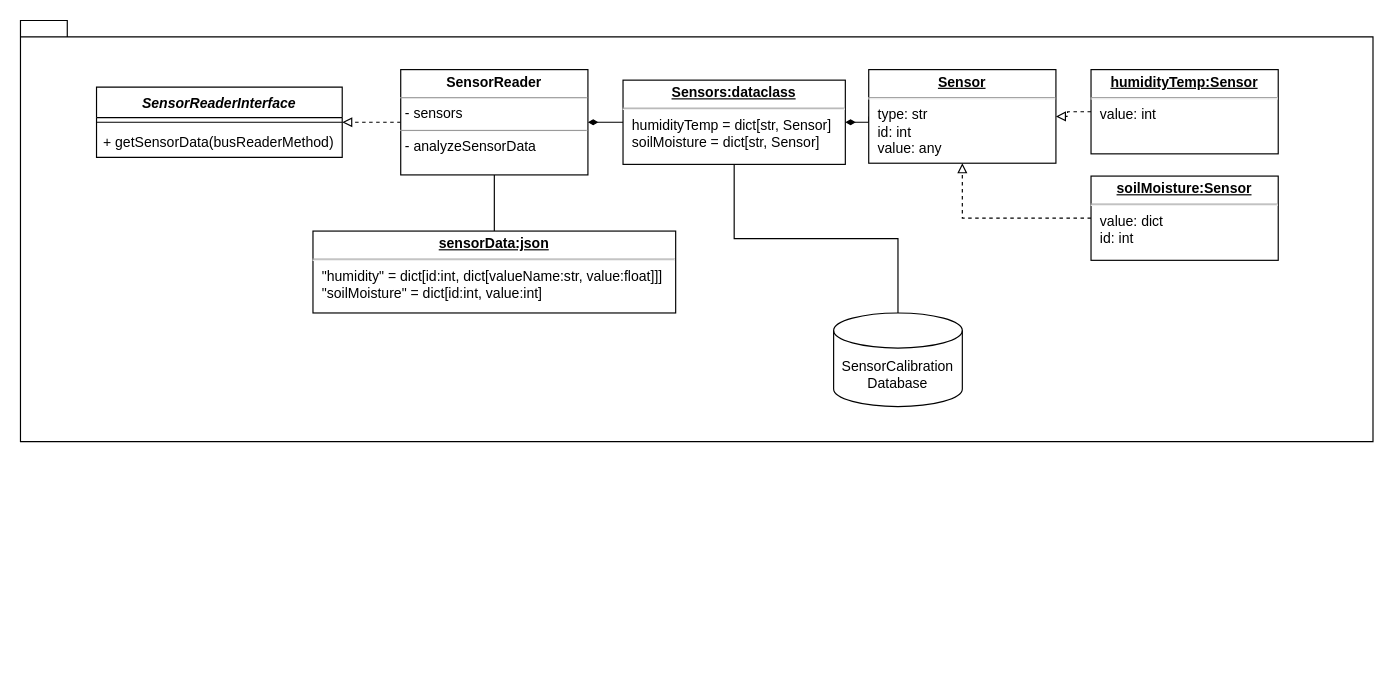
This is SensorReader/Architecture/Architecture.drawio from Uhgtred/OpenGreenHouse, a draw.io file, before an edit. Source tidied: cells renumbered, new cells numbered last; positions are measured from the earlier drawing's top-left corner, leaving out a move shared by most shapes. Both pictures are drawn from the tidied source at 117%, with x=0, y=0 at pixel (20, 20).
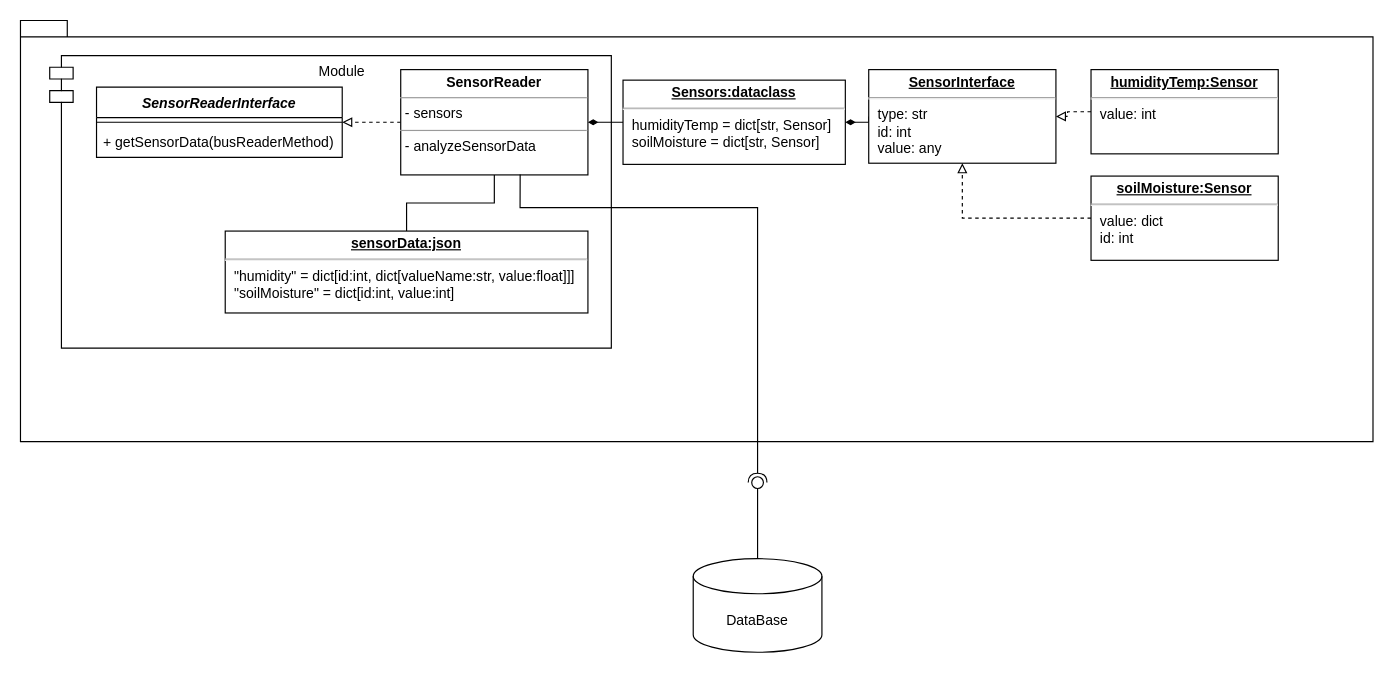
After the change.

Commit message (it also covers changes not shown here):
adapted architecture slightly

The change refers to these unchanged cells:
```xml
<mxCell id="9" value="&lt;p style=&quot;margin:0px;margin-top:4px;text-align:center;&quot;&gt;&lt;b&gt;SensorReader&lt;/b&gt;&lt;/p&gt;&lt;hr size=&quot;1&quot;&gt;&lt;p style=&quot;margin:0px;margin-left:4px;&quot;&gt;- sensors&lt;/p&gt;&lt;hr size=&quot;1&quot;&gt;&lt;p style=&quot;margin:0px;margin-left:4px;&quot;&gt;- analyzeSensorData&lt;/p&gt;" style="verticalAlign=top;align=left;overflow=fill;fontSize=12;fontFamily=Helvetica;html=1;" parent="1" vertex="1">
  <mxGeometry x="325" y="42" width="160" height="90" as="geometry" />
</mxCell>
<mxCell id="12" value="&lt;p style=&quot;margin:0px;margin-top:4px;text-align:center;text-decoration:underline;&quot;&gt;&lt;b&gt;Sensors:dataclass&lt;/b&gt;&lt;/p&gt;&lt;hr&gt;&lt;p style=&quot;margin:0px;margin-left:8px;&quot;&gt;humidityTemp = dict[str, Sensor]&lt;br&gt;soilMoisture = dict[str, Sensor]&lt;br&gt;&lt;/p&gt;" style="verticalAlign=top;align=left;overflow=fill;fontSize=12;fontFamily=Helvetica;html=1;" parent="1" vertex="1">
  <mxGeometry x="515" y="51" width="190" height="72" as="geometry" />
</mxCell>
<mxCell id="13" style="group;" parent="1" vertex="1">
  <mxGeometry x="725" y="42" width="350" height="163" as="geometry" />
</mxCell>
```

Change to the diagram source:
```diff
@@
+    <mxCell id="22" value="Module" style="shape=module;align=left;spacingLeft=20;align=center;verticalAlign=top;whiteSpace=wrap;html=1;" parent="1" vertex="1">
+      <mxGeometry x="25" y="30" width="480" height="250" as="geometry" />
+    </mxCell>
@@
-    <mxCell id="11" style="edgeStyle=orthogonalEdgeStyle;rounded=0;jettySize=auto;html=1;endArrow=none;endFill=0;" parent="1" edge="1" source="12" target="21">
-      <mxGeometry relative="1" as="geometry" />
-    </mxCell>
@@
-    <mxCell id="14" value="&lt;p style=&quot;margin:0px;margin-top:4px;text-align:center;text-decoration:underline;&quot;&gt;&lt;b&gt;Sensor&lt;/b&gt;&lt;/p&gt;&lt;hr&gt;&lt;p style=&quot;margin:0px;margin-left:8px;&quot;&gt;type: str&lt;/p&gt;&lt;p style=&quot;margin:0px;margin-left:8px;&quot;&gt;id: int&amp;nbsp;&lt;br&gt;value: any&lt;br&gt;&lt;/p&gt;" style="verticalAlign=top;align=left;overflow=fill;fontSize=12;fontFamily=Helvetica;html=1;" parent="13" vertex="1">
+    <mxCell id="14" value="&lt;p style=&quot;margin:0px;margin-top:4px;text-align:center;text-decoration:underline;&quot;&gt;&lt;b&gt;SensorInterface&lt;/b&gt;&lt;/p&gt;&lt;hr&gt;&lt;p style=&quot;margin:0px;margin-left:8px;&quot;&gt;type: str&lt;/p&gt;&lt;p style=&quot;margin:0px;margin-left:8px;&quot;&gt;id: int&amp;nbsp;&lt;br&gt;value: any&lt;br&gt;&lt;/p&gt;" style="verticalAlign=top;align=left;overflow=fill;fontSize=12;fontFamily=Helvetica;html=1;" parent="13" vertex="1">
       <mxGeometry width="160" height="80" as="geometry" />
     </mxCell>
@@
     <mxCell id="20" value="&lt;p style=&quot;margin:0px;margin-top:4px;text-align:center;text-decoration:underline;&quot;&gt;&lt;b&gt;sensorData:json&lt;/b&gt;&lt;/p&gt;&lt;hr&gt;&lt;p style=&quot;margin:0px;margin-left:8px;&quot;&gt;&quot;humidity&quot; = dict[id:int, dict[valueName:str, value:float]]]&lt;br&gt;&quot;soilMoisture&quot; = dict[id:int, value:int]&lt;br&gt;&lt;/p&gt;" style="verticalAlign=top;align=left;overflow=fill;fontSize=12;fontFamily=Helvetica;html=1;" parent="1" vertex="1">
-      <mxGeometry x="250" y="180" width="310" height="70" as="geometry" />
+      <mxGeometry x="175" y="180" width="310" height="70" as="geometry" />
     </mxCell>
-    <mxCell id="21" value="SensorCalibration&lt;br&gt;Database" style="shape=cylinder3;whiteSpace=wrap;html=1;boundedLbl=1;backgroundOutline=1;size=15;" parent="1" vertex="1">
-      <mxGeometry x="695" y="250" width="110" height="80" as="geometry" />
+    <mxCell id="21" value="DataBase" style="shape=cylinder3;whiteSpace=wrap;html=1;boundedLbl=1;backgroundOutline=1;size=15;" parent="1" vertex="1">
+      <mxGeometry x="575" y="460" width="110" height="80" as="geometry" />
     </mxCell>
+    <mxCell id="23" style="rounded=0;jettySize=auto;html=1;endArrow=halfCircle;endFill=0;endSize=6;strokeWidth=1;sketch=0;fontSize=12;curved=0;entryX=0.6;entryY=0.2;entryDx=0;entryDy=0;entryPerimeter=0;exitX=0.638;exitY=0.996;exitDx=0;exitDy=0;exitPerimeter=0;" parent="1" edge="1" source="9" target="26">
+      <mxGeometry relative="1" as="geometry">
+        <Array as="points">
+          <mxPoint x="427" y="160" />
+          <mxPoint x="630" y="160" />
+        </Array>
+      </mxGeometry>
+    </mxCell>
+    <mxCell id="24" style="ellipse;whiteSpace=wrap;html=1;align=center;fillColor=none;strokeColor=none;perimeter=centerPerimeter;" parent="1" vertex="1">
+      <mxGeometry x="615" y="400" width="10" height="10" as="geometry" />
+    </mxCell>
+    <mxCell id="25" style="rounded=0;jettySize=auto;html=1;endArrow=oval;endFill=0;sketch=0;sourcePerimeterSpacing=0;targetPerimeterSpacing=0;endSize=10;exitX=0.5;exitY=0;exitDx=0;exitDy=0;exitPerimeter=0;" parent="1" edge="1" source="21" target="26">
+      <mxGeometry relative="1" as="geometry" />
+    </mxCell>
+    <mxCell id="26" style="ellipse;whiteSpace=wrap;html=1;align=center;fillColor=none;strokeColor=none;perimeter=centerPerimeter;points=[];outlineConnect=1;" parent="1" vertex="1">
+      <mxGeometry x="625" y="390" width="10" height="10" as="geometry" />
+    </mxCell>
```
